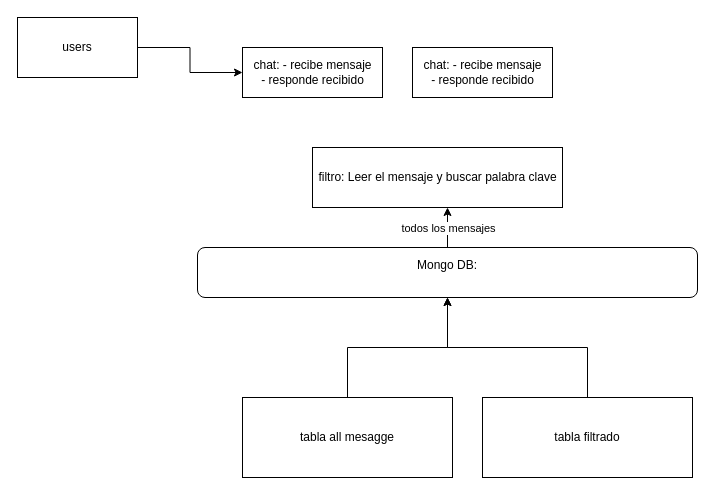
Earlier version of the draw.io diagram Diagrama sin título.drawio (PrincesoDan/aplicacionservel). Source tidied: cells renumbered, new cells numbered last; positions are measured from the earlier drawing's top-left corner, leaving out a move shared by most shapes. Both pictures are drawn from the tidied source at 100%, with x=0, y=0 at pixel (17, 17).
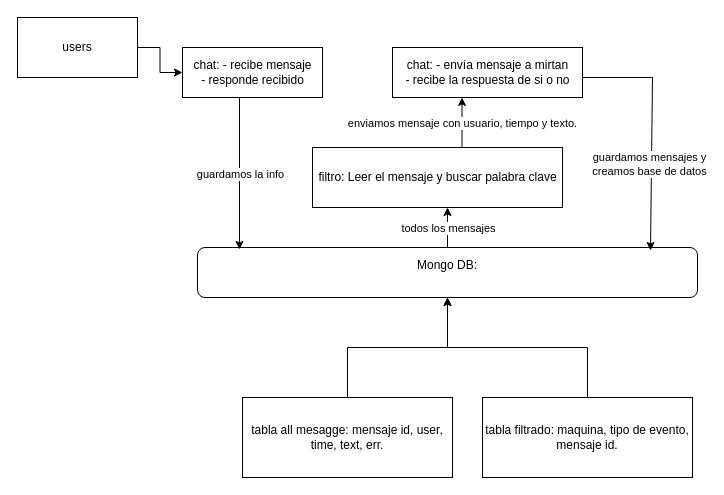
Above is the later version.

Unchanged cells that the change refers to:
```xml
<mxCell id="2" value="Mongo DB: &lt;div&gt;&lt;br/&gt;&lt;/div&gt;" style="rounded=1;whiteSpace=wrap;html=1;" parent="1" vertex="1">
  <mxGeometry x="180" y="230" width="500" height="50" as="geometry" />
</mxCell>
<mxCell id="6" value="filtro: Leer el mensaje y buscar palabra clave" style="html=1;points=[];perimeter=orthogonalPerimeter;outlineConnect=0;targetShapes=umlLifeline;portConstraint=eastwest;newEdgeStyle={&quot;edgeStyle&quot;:&quot;elbowEdgeStyle&quot;,&quot;elbow&quot;:&quot;vertical&quot;,&quot;curved&quot;:0,&quot;rounded&quot;:0};" parent="1" vertex="1">
  <mxGeometry x="295" y="130" width="250" height="60" as="geometry" />
</mxCell>
```

The edit, as a diff of the source:
```diff
@@
     <mxCell id="5" value="chat: - recibe mensaje&lt;br&gt;- responde recibido" style="html=1;points=[];perimeter=orthogonalPerimeter;outlineConnect=0;targetShapes=umlLifeline;portConstraint=eastwest;newEdgeStyle={&quot;edgeStyle&quot;:&quot;elbowEdgeStyle&quot;,&quot;elbow&quot;:&quot;vertical&quot;,&quot;curved&quot;:0,&quot;rounded&quot;:0};" parent="1" vertex="1">
-      <mxGeometry x="225" y="30" width="140" height="50" as="geometry" />
+      <mxGeometry x="165" y="30" width="140" height="50" as="geometry" />
     </mxCell>
@@
-    <mxCell id="10" value="tabla all mesagge" style="rounded=0;whiteSpace=wrap;html=1;" parent="1" vertex="1">
+    <mxCell id="10" value="tabla all mesagge: mensaje id, user, time, text, err." style="rounded=0;whiteSpace=wrap;html=1;" parent="1" vertex="1">
       <mxGeometry x="225" y="380" width="210" height="80" as="geometry" />
     </mxCell>
@@
-    <mxCell id="12" value="tabla filtrado" style="rounded=0;whiteSpace=wrap;html=1;" parent="1" vertex="1">
+    <mxCell id="12" value="tabla filtrado: maquina, tipo de evento, mensaje id. " style="rounded=0;whiteSpace=wrap;html=1;" parent="1" vertex="1">
       <mxGeometry x="465" y="380" width="210" height="80" as="geometry" />
     </mxCell>
-    <mxCell id="13" value="chat: - recibe mensaje&lt;br&gt;- responde recibido" style="html=1;points=[];perimeter=orthogonalPerimeter;outlineConnect=0;targetShapes=umlLifeline;portConstraint=eastwest;newEdgeStyle={&quot;edgeStyle&quot;:&quot;elbowEdgeStyle&quot;,&quot;elbow&quot;:&quot;vertical&quot;,&quot;curved&quot;:0,&quot;rounded&quot;:0};" parent="1" vertex="1">
-      <mxGeometry x="395" y="30" width="140" height="50" as="geometry" />
+    <mxCell id="13" value="chat: - envía mensaje a mirtan&lt;br&gt;- recibe la respuesta de si o no" style="html=1;points=[];perimeter=orthogonalPerimeter;outlineConnect=0;targetShapes=umlLifeline;portConstraint=eastwest;newEdgeStyle={&quot;edgeStyle&quot;:&quot;elbowEdgeStyle&quot;,&quot;elbow&quot;:&quot;vertical&quot;,&quot;curved&quot;:0,&quot;rounded&quot;:0};" parent="1" vertex="1">
+      <mxGeometry x="375" y="30" width="190" height="50" as="geometry" />
     </mxCell>
+    <mxCell id="14" style="endArrow=classic;html=1;rounded=0;entryX=0.084;entryY=0.04;entryDx=0;entryDy=0;entryPerimeter=0;" parent="1" edge="1" source="5" target="2">
+      <mxGeometry relative="1" as="geometry" />
+    </mxCell>
+    <mxCell id="15" value="guardamos la info" style="edgeLabel;html=1;align=center;verticalAlign=middle;" parent="14" vertex="1">
+      <mxGeometry relative="1" as="geometry" />
+    </mxCell>
+    <mxCell id="16" style="endArrow=classic;html=1;rounded=0;" parent="1" edge="1" source="6" target="13">
+      <mxGeometry relative="1" as="geometry">
+        <Array as="points">
+          <mxPoint x="444.5" y="100" />
+        </Array>
+      </mxGeometry>
+    </mxCell>
+    <mxCell id="17" value="enviamos mensaje con usuario, tiempo y texto." style="edgeLabel;html=1;align=center;verticalAlign=middle;" parent="16" vertex="1">
+      <mxGeometry relative="1" as="geometry" />
+    </mxCell>
+    <mxCell id="18" style="endArrow=classic;html=1;rounded=0;entryX=0.906;entryY=0.06;entryDx=0;entryDy=0;entryPerimeter=0;exitX=1;exitY=0.6;exitDx=0;exitDy=0;exitPerimeter=0;" parent="1" edge="1" source="13" target="2">
+      <mxGeometry relative="1" as="geometry">
+        <Array as="points">
+          <mxPoint x="635" y="60" />
+        </Array>
+      </mxGeometry>
+    </mxCell>
+    <mxCell id="19" value="guardamos mensajes y &lt;br&gt;creamos base de datos" style="edgeLabel;html=1;align=center;verticalAlign=middle;" parent="18" vertex="1">
+      <mxGeometry x="0.29" y="-2" relative="1" as="geometry" />
+    </mxCell>
```
